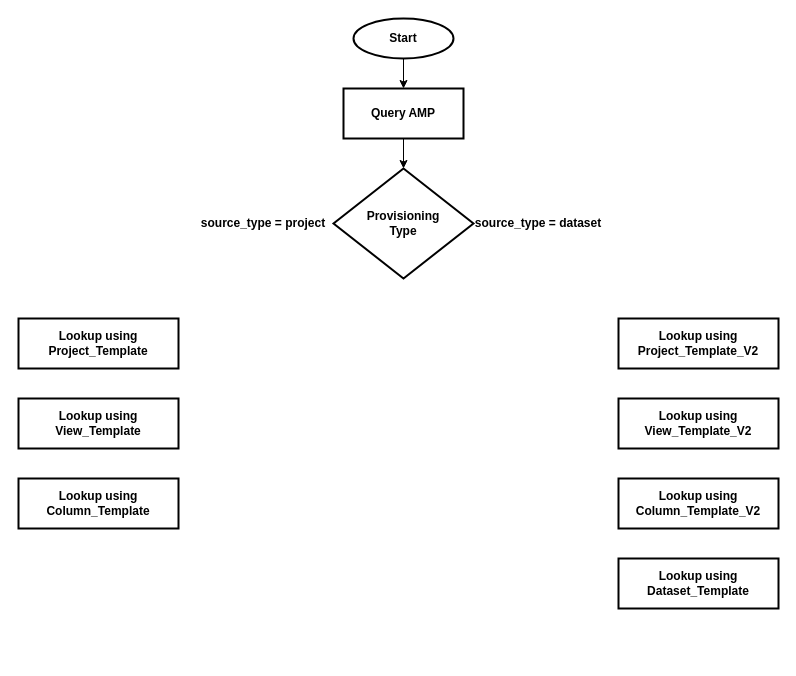
Earlier version of the draw.io diagram Metadata_Dataflow.drawio (zikzakjack/draw.io). Source tidied: cells renumbered, new cells numbered last; positions are measured from the earlier drawing's top-left corner, leaving out a move shared by most shapes. Both pictures are drawn from the tidied source at 100%, with x=0, y=0 at pixel (18, 18).
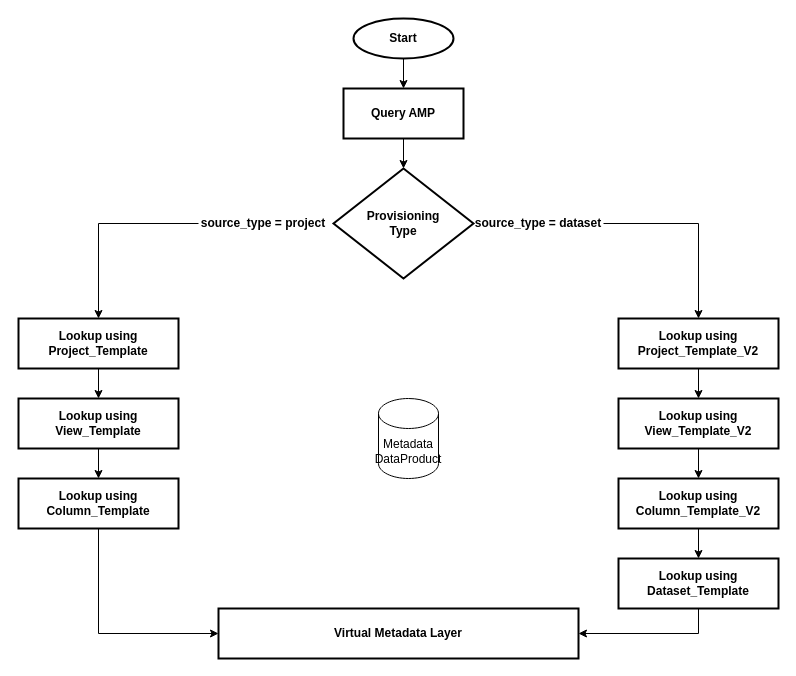
The same page after the edit.

Unchanged cells that the change refers to:
```xml
<mxCell id="7" value="&lt;b&gt;source_type = project&lt;/b&gt;" style="text;html=1;strokeColor=none;fillColor=none;align=center;verticalAlign=middle;whiteSpace=wrap;rounded=0;" parent="1" vertex="1">
  <mxGeometry x="180" y="190" width="130" height="30" as="geometry" />
</mxCell>
<mxCell id="8" value="&lt;b&gt;source_type = dataset&lt;/b&gt;" style="text;html=1;strokeColor=none;fillColor=none;align=center;verticalAlign=middle;whiteSpace=wrap;rounded=0;" parent="1" vertex="1">
  <mxGeometry x="455" y="190" width="130" height="30" as="geometry" />
</mxCell>
<mxCell id="9" value="&lt;div class=&quot;O0&quot;&gt;&lt;b&gt;Lookup using Project_Template&lt;/b&gt;&lt;/div&gt;" style="rounded=1;whiteSpace=wrap;html=1;absoluteArcSize=1;arcSize=0;strokeWidth=2;" parent="1" vertex="1">
  <mxGeometry y="300" width="160" height="50" as="geometry" />
</mxCell>
<mxCell id="10" value="&lt;div class=&quot;O0&quot;&gt;&lt;b&gt;Lookup using View_Template&lt;/b&gt;&lt;/div&gt;" style="rounded=1;whiteSpace=wrap;html=1;absoluteArcSize=1;arcSize=0;strokeWidth=2;" parent="1" vertex="1">
  <mxGeometry y="380" width="160" height="50" as="geometry" />
</mxCell>
<mxCell id="11" value="&lt;div class=&quot;O0&quot;&gt;&lt;b&gt;Lookup using Column_Template&lt;/b&gt;&lt;/div&gt;" style="rounded=1;whiteSpace=wrap;html=1;absoluteArcSize=1;arcSize=0;strokeWidth=2;" parent="1" vertex="1">
  <mxGeometry y="460" width="160" height="50" as="geometry" />
</mxCell>
<mxCell id="12" value="&lt;div class=&quot;O0&quot;&gt;&lt;b&gt;Lookup using Project_Template_V2&lt;/b&gt;&lt;/div&gt;" style="rounded=1;whiteSpace=wrap;html=1;absoluteArcSize=1;arcSize=0;strokeWidth=2;" parent="1" vertex="1">
  <mxGeometry x="600" y="300" width="160" height="50" as="geometry" />
</mxCell>
<mxCell id="13" value="&lt;div class=&quot;O0&quot;&gt;&lt;b&gt;Lookup using View_Template_V2&lt;/b&gt;&lt;/div&gt;" style="rounded=1;whiteSpace=wrap;html=1;absoluteArcSize=1;arcSize=0;strokeWidth=2;" parent="1" vertex="1">
  <mxGeometry x="600" y="380" width="160" height="50" as="geometry" />
</mxCell>
<mxCell id="14" value="&lt;div class=&quot;O0&quot;&gt;&lt;b&gt;Lookup using Column_Template_V2&lt;/b&gt;&lt;/div&gt;" style="rounded=1;whiteSpace=wrap;html=1;absoluteArcSize=1;arcSize=0;strokeWidth=2;" parent="1" vertex="1">
  <mxGeometry x="600" y="460" width="160" height="50" as="geometry" />
</mxCell>
<mxCell id="15" value="&lt;div class=&quot;O0&quot;&gt;&lt;b&gt;Lookup using Dataset_Template&lt;/b&gt;&lt;/div&gt;" style="rounded=1;whiteSpace=wrap;html=1;absoluteArcSize=1;arcSize=0;strokeWidth=2;" parent="1" vertex="1">
  <mxGeometry x="600" y="540" width="160" height="50" as="geometry" />
</mxCell>
```

The edit, as a diff of the source:
```diff
@@
+    <mxCell id="16" style="edgeStyle=orthogonalEdgeStyle;rounded=0;jettySize=auto;html=1;entryX=0.5;entryY=0;entryDx=0;entryDy=0;" parent="1" edge="1" source="7" target="9">
+      <mxGeometry relative="1" as="geometry" />
+    </mxCell>
@@
+    <mxCell id="17" style="edgeStyle=orthogonalEdgeStyle;rounded=0;jettySize=auto;html=1;entryX=0.5;entryY=0;entryDx=0;entryDy=0;" parent="1" edge="1" source="8" target="12">
+      <mxGeometry relative="1" as="geometry" />
+    </mxCell>
@@
+    <mxCell id="18" style="edgeStyle=orthogonalEdgeStyle;rounded=0;jettySize=auto;html=1;exitX=0.5;exitY=1;exitDx=0;exitDy=0;" parent="1" edge="1" source="9" target="10">
+      <mxGeometry relative="1" as="geometry" />
+    </mxCell>
@@
+    <mxCell id="19" style="edgeStyle=orthogonalEdgeStyle;rounded=0;jettySize=auto;html=1;exitX=0.5;exitY=1;exitDx=0;exitDy=0;" parent="1" edge="1" source="10" target="11">
+      <mxGeometry relative="1" as="geometry" />
+    </mxCell>
@@
+    <mxCell id="20" style="edgeStyle=orthogonalEdgeStyle;rounded=0;jettySize=auto;html=1;exitX=0.5;exitY=1;exitDx=0;exitDy=0;entryX=0;entryY=0.5;entryDx=0;entryDy=0;" parent="1" edge="1" source="11" target="25">
+      <mxGeometry relative="1" as="geometry" />
+    </mxCell>
@@
+    <mxCell id="21" style="edgeStyle=orthogonalEdgeStyle;rounded=0;jettySize=auto;html=1;exitX=0.5;exitY=1;exitDx=0;exitDy=0;entryX=0.5;entryY=0;entryDx=0;entryDy=0;" parent="1" edge="1" source="12" target="13">
+      <mxGeometry relative="1" as="geometry" />
+    </mxCell>
@@
+    <mxCell id="22" style="edgeStyle=orthogonalEdgeStyle;rounded=0;jettySize=auto;html=1;exitX=0.5;exitY=1;exitDx=0;exitDy=0;entryX=0.5;entryY=0;entryDx=0;entryDy=0;" parent="1" edge="1" source="13" target="14">
+      <mxGeometry relative="1" as="geometry" />
+    </mxCell>
@@
+    <mxCell id="23" style="edgeStyle=orthogonalEdgeStyle;rounded=0;jettySize=auto;html=1;exitX=0.5;exitY=1;exitDx=0;exitDy=0;entryX=0.5;entryY=0;entryDx=0;entryDy=0;" parent="1" edge="1" source="14" target="15">
+      <mxGeometry relative="1" as="geometry" />
+    </mxCell>
@@
+    <mxCell id="24" style="edgeStyle=orthogonalEdgeStyle;rounded=0;jettySize=auto;html=1;exitX=0.5;exitY=1;exitDx=0;exitDy=0;entryX=1;entryY=0.5;entryDx=0;entryDy=0;" parent="1" edge="1" source="15" target="25">
+      <mxGeometry relative="1" as="geometry" />
+    </mxCell>
@@
+    <mxCell id="25" value="&lt;div class=&quot;O0&quot;&gt;&lt;b&gt;Virtual Metadata Layer&lt;/b&gt;&lt;/div&gt;" style="rounded=1;whiteSpace=wrap;html=1;absoluteArcSize=1;arcSize=0;strokeWidth=2;" parent="1" vertex="1">
+      <mxGeometry x="200" y="590" width="360" height="50" as="geometry" />
+    </mxCell>
+    <mxCell id="26" value="Metadata&lt;br&gt;DataProduct" style="shape=cylinder3;whiteSpace=wrap;html=1;boundedLbl=1;backgroundOutline=1;size=15;" parent="1" vertex="1">
+      <mxGeometry x="360" y="380" width="60" height="80" as="geometry" />
+    </mxCell>
```
